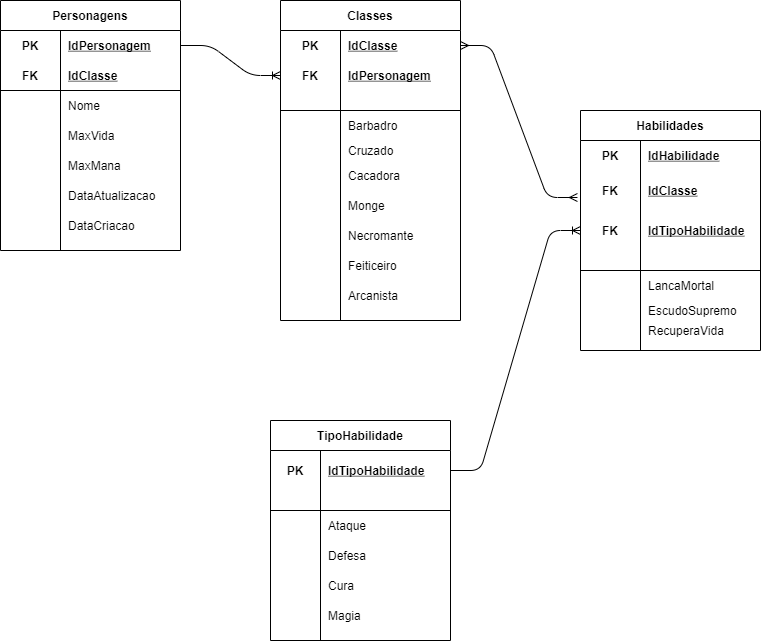
This is Desafio-HROADS/SENAI_HROADS_Logico.png from RenatoAlvesDv/Senai-sprint-1-bd, a draw.io export, as it was before one commit. Source tidied: cells renumbered, new cells last; positions are measured from the earlier drawing's top-left corner, leaving out a move shared by most shapes.
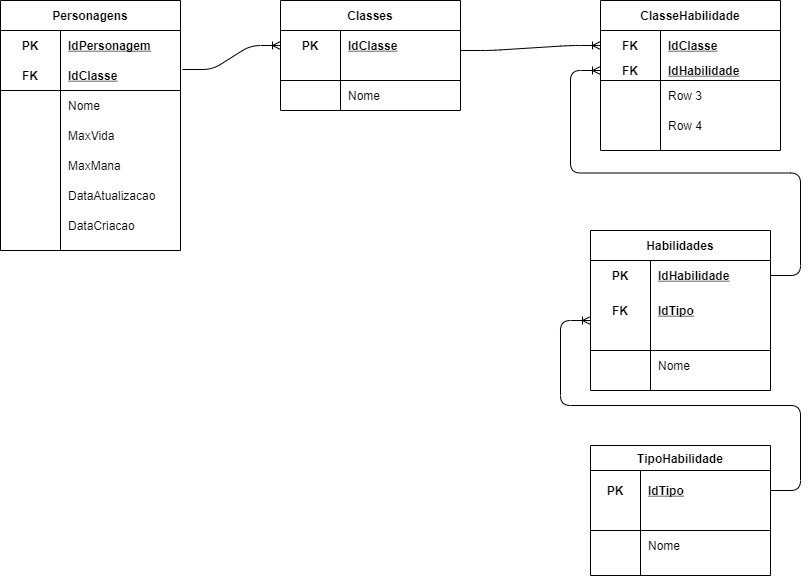
The same file after the commit.

The edit, as a diff of the source:
```diff
@@ -69,7 +69,7 @@
       <mxGeometry x="60" width="120" height="30" as="geometry" />
     </mxCell>
     <mxCell id="24" value="Classes" style="shape=table;startSize=30;rowLines=0;fontStyle=1;align=center;" parent="1" vertex="1">
-      <mxGeometry x="280" width="180" height="320" as="geometry" />
+      <mxGeometry x="280" width="180" height="110" as="geometry" />
     </mxCell>
     <mxCell id="25" style="shape=partialRectangle;fillColor=none;top=0;left=0;bottom=0;right=0;points=[[0,0.5],[1,0.5]];portConstraint=eastwest;" parent="24" vertex="1">
       <mxGeometry y="30" width="180" height="30" as="geometry" />
@@ -80,17 +80,8 @@
     <mxCell id="27" value="IdClasse" style="shape=partialRectangle;fillColor=none;top=0;left=0;bottom=0;right=0;align=left;spacingLeft=6;fontStyle=5;overflow=hidden;" parent="25" vertex="1">
       <mxGeometry x="60" width="120" height="30" as="geometry" />
     </mxCell>
-    <mxCell id="28" style="shape=partialRectangle;fillColor=none;top=0;left=0;bottom=0;right=0;" parent="24" vertex="1">
-      <mxGeometry y="60" width="180" height="30" as="geometry" />
-    </mxCell>
-    <mxCell id="29" value="FK" style="shape=partialRectangle;fillColor=none;top=0;left=0;bottom=0;right=0;fontStyle=1;overflow=hidden;" parent="28" vertex="1">
-      <mxGeometry width="60" height="30" as="geometry" />
-    </mxCell>
-    <mxCell id="30" value="IdPersonagem" style="shape=partialRectangle;fillColor=none;top=0;left=0;bottom=0;right=0;align=left;spacingLeft=6;fontStyle=5;overflow=hidden;" parent="28" vertex="1">
-      <mxGeometry x="60" width="120" height="30" as="geometry" />
-    </mxCell>
     <mxCell id="31" style="shape=partialRectangle;fillColor=none;top=0;left=0;bottom=1;right=0;" parent="24" vertex="1">
-      <mxGeometry y="90" width="180" height="20" as="geometry" />
+      <mxGeometry y="60" width="180" height="20" as="geometry" />
     </mxCell>
     <mxCell id="32" style="shape=partialRectangle;fillColor=none;top=0;left=0;bottom=0;right=0;fontStyle=1;overflow=hidden;" parent="31" vertex="1">
       <mxGeometry width="60" height="20" as="geometry" />
@@ -98,76 +89,20 @@
     <mxCell id="33" style="shape=partialRectangle;fillColor=none;top=0;left=0;bottom=0;right=0;align=left;spacingLeft=6;fontStyle=5;overflow=hidden;" parent="31" vertex="1">
       <mxGeometry x="60" width="120" height="20" as="geometry" />
     </mxCell>
-    <mxCell id="34" style="shape=partialRectangle;fillColor=none;top=0;left=0;bottom=0;right=0;" parent="24" vertex="1">
-      <mxGeometry y="110" width="180" height="30" as="geometry" />
-    </mxCell>
-    <mxCell id="35" style="shape=partialRectangle;fillColor=none;top=0;left=0;bottom=0;right=0;overflow=hidden;" parent="34" vertex="1">
-      <mxGeometry width="60" height="30" as="geometry" />
-    </mxCell>
-    <mxCell id="36" value="Barbadro" style="shape=partialRectangle;fillColor=none;top=0;left=0;bottom=0;right=0;align=left;spacingLeft=6;overflow=hidden;" parent="34" vertex="1">
-      <mxGeometry x="60" width="120" height="30" as="geometry" />
-    </mxCell>
-    <mxCell id="37" style="shape=partialRectangle;fillColor=none;top=0;left=0;bottom=0;right=0;" parent="24" vertex="1">
-      <mxGeometry y="140" width="180" height="20" as="geometry" />
-    </mxCell>
-    <mxCell id="38" style="shape=partialRectangle;fillColor=none;top=0;left=0;bottom=0;right=0;overflow=hidden;" parent="37" vertex="1">
-      <mxGeometry width="60" height="20" as="geometry" />
-    </mxCell>
-    <mxCell id="39" value="Cruzado" style="shape=partialRectangle;fillColor=none;top=0;left=0;bottom=0;right=0;align=left;spacingLeft=6;overflow=hidden;" parent="37" vertex="1">
-      <mxGeometry x="60" width="120" height="20" as="geometry" />
-    </mxCell>
-    <mxCell id="40" style="shape=partialRectangle;fillColor=none;top=0;left=0;bottom=0;right=0;" parent="24" vertex="1">
-      <mxGeometry y="160" width="180" height="30" as="geometry" />
-    </mxCell>
-    <mxCell id="41" style="shape=partialRectangle;fillColor=none;top=0;left=0;bottom=0;right=0;overflow=hidden;" parent="40" vertex="1">
-      <mxGeometry width="60" height="30" as="geometry" />
-    </mxCell>
-    <mxCell id="42" value="Cacadora" style="shape=partialRectangle;fillColor=none;top=0;left=0;bottom=0;right=0;align=left;spacingLeft=6;overflow=hidden;" parent="40" vertex="1">
-      <mxGeometry x="60" width="120" height="30" as="geometry" />
-    </mxCell>
-    <mxCell id="43" style="shape=partialRectangle;fillColor=none;top=0;left=0;bottom=0;right=0;" parent="24" vertex="1">
-      <mxGeometry y="190" width="180" height="30" as="geometry" />
-    </mxCell>
-    <mxCell id="44" style="shape=partialRectangle;fillColor=none;top=0;left=0;bottom=0;right=0;overflow=hidden;" parent="43" vertex="1">
-      <mxGeometry width="60" height="30" as="geometry" />
-    </mxCell>
-    <mxCell id="45" value="Monge" style="shape=partialRectangle;fillColor=none;top=0;left=0;bottom=0;right=0;align=left;spacingLeft=6;overflow=hidden;" parent="43" vertex="1">
-      <mxGeometry x="60" width="120" height="30" as="geometry" />
-    </mxCell>
-    <mxCell id="46" style="shape=partialRectangle;fillColor=none;top=0;left=0;bottom=0;right=0;" parent="24" vertex="1">
-      <mxGeometry y="220" width="180" height="30" as="geometry" />
-    </mxCell>
-    <mxCell id="47" style="shape=partialRectangle;fillColor=none;top=0;left=0;bottom=0;right=0;overflow=hidden;" parent="46" vertex="1">
-      <mxGeometry width="60" height="30" as="geometry" />
-    </mxCell>
-    <mxCell id="48" value="Necromante" style="shape=partialRectangle;fillColor=none;top=0;left=0;bottom=0;right=0;align=left;spacingLeft=6;overflow=hidden;" parent="46" vertex="1">
-      <mxGeometry x="60" width="120" height="30" as="geometry" />
-    </mxCell>
-    <mxCell id="49" style="shape=partialRectangle;fillColor=none;top=0;left=0;bottom=0;right=0;" parent="24" vertex="1">
-      <mxGeometry y="250" width="180" height="30" as="geometry" />
-    </mxCell>
-    <mxCell id="50" style="shape=partialRectangle;fillColor=none;top=0;left=0;bottom=0;right=0;overflow=hidden;" parent="49" vertex="1">
-      <mxGeometry width="60" height="30" as="geometry" />
-    </mxCell>
-    <mxCell id="51" value="Feiticeiro" style="shape=partialRectangle;fillColor=none;top=0;left=0;bottom=0;right=0;align=left;spacingLeft=6;overflow=hidden;" parent="49" vertex="1">
-      <mxGeometry x="60" width="120" height="30" as="geometry" />
-    </mxCell>
-    <mxCell id="52" style="shape=partialRectangle;fillColor=none;top=0;left=0;bottom=0;right=0;" parent="24" vertex="1">
-      <mxGeometry y="280" width="180" height="30" as="geometry" />
-    </mxCell>
-    <mxCell id="53" style="shape=partialRectangle;fillColor=none;top=0;left=0;bottom=0;right=0;overflow=hidden;" parent="52" vertex="1">
-      <mxGeometry width="60" height="30" as="geometry" />
-    </mxCell>
-    <mxCell id="54" value="Arcanista" style="shape=partialRectangle;fillColor=none;top=0;left=0;bottom=0;right=0;align=left;spacingLeft=6;overflow=hidden;" parent="52" vertex="1">
-      <mxGeometry x="60" width="120" height="30" as="geometry" />
-    </mxCell>
+    <mxCell id="99" style="shape=partialRectangle;fillColor=none;top=0;left=0;bottom=0;right=0;" parent="24" vertex="1">
+      <mxGeometry y="80" width="180" height="30" as="geometry" />
+    </mxCell>
+    <mxCell id="100" style="shape=partialRectangle;fillColor=none;top=0;left=0;bottom=0;right=0;overflow=hidden;" parent="99" vertex="1">
+      <mxGeometry width="60" height="30" as="geometry" />
+    </mxCell>
+    <mxCell id="101" value="Nome" style="shape=partialRectangle;fillColor=none;top=0;left=0;bottom=0;right=0;align=left;spacingLeft=6;overflow=hidden;" parent="99" vertex="1">
+      <mxGeometry x="60" width="120" height="30" as="geometry" />
+    </mxCell>
-    <mxCell id="55" style="edgeStyle=entityRelationEdgeStyle;fontSize=12;html=1;endArrow=ERoneToMany;exitX=1;exitY=0.5;exitDx=0;exitDy=0;" parent="1" edge="1" source="3">
-      <mxGeometry relative="1" as="geometry">
-        <mxPoint x="280" y="75" as="targetPoint" />
-      </mxGeometry>
+    <mxCell id="55" style="edgeStyle=entityRelationEdgeStyle;fontSize=12;html=1;endArrow=ERoneToMany;exitX=1.011;exitY=0.3;exitDx=0;exitDy=0;exitPerimeter=0;entryX=0;entryY=0.5;entryDx=0;entryDy=0;" parent="1" edge="1" source="6" target="25">
+      <mxGeometry relative="1" as="geometry" />
     </mxCell>
     <mxCell id="56" value="Habilidades" style="shape=table;startSize=30;rowLines=0;fontStyle=1;align=center;" parent="1" vertex="1">
-      <mxGeometry x="580" y="110" width="180" height="240" as="geometry" />
+      <mxGeometry x="590" y="230" width="180" height="160" as="geometry" />
     </mxCell>
     <mxCell id="57" style="shape=partialRectangle;fillColor=none;top=0;left=0;bottom=0;right=0;points=[[0,0.5],[1,0.5]];portConstraint=eastwest;" parent="56" vertex="1">
       <mxGeometry y="30" width="180" height="30" as="geometry" />
@@ -178,26 +113,17 @@
     <mxCell id="59" value="IdHabilidade" style="shape=partialRectangle;fillColor=none;top=0;left=0;bottom=0;right=0;align=left;spacingLeft=6;fontStyle=5;overflow=hidden;" parent="57" vertex="1">
       <mxGeometry x="60" width="120" height="30" as="geometry" />
     </mxCell>
-    <mxCell id="60" style="shape=partialRectangle;fillColor=none;top=0;left=0;bottom=0;right=0;points=[[0,0.5],[1,0.5]];portConstraint=eastwest;" parent="56" vertex="1">
-      <mxGeometry y="60" width="180" height="40" as="geometry" />
-    </mxCell>
-    <mxCell id="61" value="FK" style="shape=partialRectangle;fillColor=none;top=0;left=0;bottom=0;right=0;fontStyle=1;overflow=hidden;" parent="60" vertex="1">
-      <mxGeometry width="60" height="40" as="geometry" />
-    </mxCell>
-    <mxCell id="62" value="IdClasse" style="shape=partialRectangle;fillColor=none;top=0;left=0;bottom=0;right=0;align=left;spacingLeft=6;fontStyle=5;overflow=hidden;" parent="60" vertex="1">
-      <mxGeometry x="60" width="120" height="40" as="geometry" />
-    </mxCell>
     <mxCell id="63" style="shape=partialRectangle;fillColor=none;top=0;left=0;bottom=0;right=0;" parent="56" vertex="1">
-      <mxGeometry y="100" width="180" height="40" as="geometry" />
+      <mxGeometry y="60" width="180" height="40" as="geometry" />
     </mxCell>
     <mxCell id="64" value="FK" style="shape=partialRectangle;fillColor=none;top=0;left=0;bottom=0;right=0;fontStyle=1;overflow=hidden;" parent="63" vertex="1">
       <mxGeometry width="60" height="40" as="geometry" />
     </mxCell>
-    <mxCell id="65" value="IdTipoHabilidade" style="shape=partialRectangle;fillColor=none;top=0;left=0;bottom=0;right=0;align=left;spacingLeft=6;fontStyle=5;overflow=hidden;" parent="63" vertex="1">
+    <mxCell id="65" value="IdTipo" style="shape=partialRectangle;fillColor=none;top=0;left=0;bottom=0;right=0;align=left;spacingLeft=6;fontStyle=5;overflow=hidden;" parent="63" vertex="1">
       <mxGeometry x="60" width="120" height="40" as="geometry" />
     </mxCell>
     <mxCell id="66" style="shape=partialRectangle;fillColor=none;top=0;left=0;bottom=1;right=0;" parent="56" vertex="1">
-      <mxGeometry y="140" width="180" height="20" as="geometry" />
+      <mxGeometry y="100" width="180" height="20" as="geometry" />
     </mxCell>
     <mxCell id="67" style="shape=partialRectangle;fillColor=none;top=0;left=0;bottom=0;right=0;fontStyle=1;overflow=hidden;" parent="66" vertex="1">
       <mxGeometry width="60" height="20" as="geometry" />
@@ -206,49 +132,28 @@
       <mxGeometry x="60" width="120" height="20" as="geometry" />
     </mxCell>
     <mxCell id="69" style="shape=partialRectangle;fillColor=none;top=0;left=0;bottom=0;right=0;" parent="56" vertex="1">
-      <mxGeometry y="160" width="180" height="30" as="geometry" />
+      <mxGeometry y="120" width="180" height="30" as="geometry" />
     </mxCell>
     <mxCell id="70" style="shape=partialRectangle;fillColor=none;top=0;left=0;bottom=0;right=0;overflow=hidden;" parent="69" vertex="1">
       <mxGeometry width="60" height="30" as="geometry" />
     </mxCell>
-    <mxCell id="71" value="LancaMortal" style="shape=partialRectangle;fillColor=none;top=0;left=0;bottom=0;right=0;align=left;spacingLeft=6;overflow=hidden;" parent="69" vertex="1">
+    <mxCell id="71" value="Nome" style="shape=partialRectangle;fillColor=none;top=0;left=0;bottom=0;right=0;align=left;spacingLeft=6;overflow=hidden;" parent="69" vertex="1">
       <mxGeometry x="60" width="120" height="30" as="geometry" />
     </mxCell>
-    <mxCell id="72" style="shape=partialRectangle;fillColor=none;top=0;left=0;bottom=0;right=0;" parent="56" vertex="1">
-      <mxGeometry y="190" width="180" height="20" as="geometry" />
-    </mxCell>
-    <mxCell id="73" style="shape=partialRectangle;fillColor=none;top=0;left=0;bottom=0;right=0;overflow=hidden;" parent="72" vertex="1">
-      <mxGeometry width="60" height="20" as="geometry" />
-    </mxCell>
-    <mxCell id="74" value="EscudoSupremo" style="shape=partialRectangle;fillColor=none;top=0;left=0;bottom=0;right=0;align=left;spacingLeft=6;overflow=hidden;" parent="72" vertex="1">
-      <mxGeometry x="60" width="120" height="20" as="geometry" />
-    </mxCell>
-    <mxCell id="75" style="shape=partialRectangle;fillColor=none;top=0;left=0;bottom=0;right=0;" parent="56" vertex="1">
-      <mxGeometry y="210" width="180" height="20" as="geometry" />
-    </mxCell>
-    <mxCell id="76" style="shape=partialRectangle;fillColor=none;top=0;left=0;bottom=0;right=0;overflow=hidden;" parent="75" vertex="1">
-      <mxGeometry width="60" height="20" as="geometry" />
-    </mxCell>
-    <mxCell id="77" value="RecuperaVida" style="shape=partialRectangle;fillColor=none;top=0;left=0;bottom=0;right=0;align=left;spacingLeft=6;overflow=hidden;" parent="75" vertex="1">
-      <mxGeometry x="60" width="120" height="20" as="geometry" />
-    </mxCell>
-    <mxCell id="78" style="edgeStyle=entityRelationEdgeStyle;fontSize=12;html=1;endArrow=ERmany;startArrow=ERmany;entryX=-0.017;entryY=0.675;entryDx=0;entryDy=0;exitX=1;exitY=0.5;exitDx=0;exitDy=0;entryPerimeter=0;" parent="1" edge="1" source="25" target="60">
-      <mxGeometry relative="1" as="geometry" />
-    </mxCell>
-    <mxCell id="79" value="TipoHabilidade" style="shape=table;startSize=30;rowLines=0;fontStyle=1;align=center;" parent="1" vertex="1">
-      <mxGeometry x="270" y="420" width="180" height="220" as="geometry" />
+    <mxCell id="79" value="TipoHabilidade" style="shape=table;startSize=25;rowLines=0;fontStyle=1;align=center;" parent="1" vertex="1">
+      <mxGeometry x="590" y="445" width="180" height="130" as="geometry" />
     </mxCell>
     <mxCell id="80" style="shape=partialRectangle;fillColor=none;top=0;left=0;bottom=0;right=0;points=[[0,0.5],[1,0.5]];portConstraint=eastwest;" parent="79" vertex="1">
-      <mxGeometry y="30" width="180" height="40" as="geometry" />
+      <mxGeometry y="25" width="180" height="40" as="geometry" />
     </mxCell>
     <mxCell id="81" value="PK" style="shape=partialRectangle;fillColor=none;top=0;left=0;bottom=0;right=0;fontStyle=1;overflow=hidden;" parent="80" vertex="1">
       <mxGeometry width="50" height="40" as="geometry" />
     </mxCell>
-    <mxCell id="82" value="IdTipoHabilidade" style="shape=partialRectangle;fillColor=none;top=0;left=0;bottom=0;right=0;align=left;spacingLeft=6;fontStyle=5;overflow=hidden;" parent="80" vertex="1">
+    <mxCell id="82" value="IdTipo" style="shape=partialRectangle;fillColor=none;top=0;left=0;bottom=0;right=0;align=left;spacingLeft=6;fontStyle=5;overflow=hidden;" parent="80" vertex="1">
       <mxGeometry x="50" width="130" height="40" as="geometry" />
     </mxCell>
     <mxCell id="83" style="shape=partialRectangle;fillColor=none;top=0;left=0;bottom=1;right=0;" parent="79" vertex="1">
-      <mxGeometry y="70" width="180" height="20" as="geometry" />
+      <mxGeometry y="65" width="180" height="20" as="geometry" />
     </mxCell>
     <mxCell id="84" style="shape=partialRectangle;fillColor=none;top=0;left=0;bottom=0;right=0;fontStyle=1;overflow=hidden;" parent="83" vertex="1">
       <mxGeometry width="50" height="20" as="geometry" />
@@ -257,46 +162,67 @@
       <mxGeometry x="50" width="130" height="20" as="geometry" />
     </mxCell>
     <mxCell id="86" style="shape=partialRectangle;fillColor=none;top=0;left=0;bottom=0;right=0;" parent="79" vertex="1">
-      <mxGeometry y="90" width="180" height="30" as="geometry" />
+      <mxGeometry y="85" width="180" height="30" as="geometry" />
     </mxCell>
     <mxCell id="87" style="shape=partialRectangle;fillColor=none;top=0;left=0;bottom=0;right=0;overflow=hidden;" parent="86" vertex="1">
       <mxGeometry width="50" height="30" as="geometry" />
     </mxCell>
-    <mxCell id="88" value="Ataque" style="shape=partialRectangle;fillColor=none;top=0;left=0;bottom=0;right=0;align=left;spacingLeft=6;overflow=hidden;" parent="86" vertex="1">
+    <mxCell id="88" value="Nome" style="shape=partialRectangle;fillColor=none;top=0;left=0;bottom=0;right=0;align=left;spacingLeft=6;overflow=hidden;" parent="86" vertex="1">
       <mxGeometry x="50" width="130" height="30" as="geometry" />
     </mxCell>
-    <mxCell id="89" style="shape=partialRectangle;fillColor=none;top=0;left=0;bottom=0;right=0;" parent="79" vertex="1">
-      <mxGeometry y="120" width="180" height="30" as="geometry" />
-    </mxCell>
-    <mxCell id="90" style="shape=partialRectangle;fillColor=none;top=0;left=0;bottom=0;right=0;overflow=hidden;" parent="89" vertex="1">
-      <mxGeometry width="50" height="30" as="geometry" />
-    </mxCell>
-    <mxCell id="91" value="Defesa" style="shape=partialRectangle;fillColor=none;top=0;left=0;bottom=0;right=0;align=left;spacingLeft=6;overflow=hidden;" parent="89" vertex="1">
-      <mxGeometry x="50" width="130" height="30" as="geometry" />
-    </mxCell>
-    <mxCell id="92" style="shape=partialRectangle;fillColor=none;top=0;left=0;bottom=0;right=0;" parent="79" vertex="1">
-      <mxGeometry y="150" width="180" height="30" as="geometry" />
-    </mxCell>
-    <mxCell id="93" style="shape=partialRectangle;fillColor=none;top=0;left=0;bottom=0;right=0;overflow=hidden;" parent="92" vertex="1">
-      <mxGeometry width="50" height="30" as="geometry" />
-    </mxCell>
-    <mxCell id="94" value="Cura" style="shape=partialRectangle;fillColor=none;top=0;left=0;bottom=0;right=0;align=left;spacingLeft=6;overflow=hidden;" parent="92" vertex="1">
-      <mxGeometry x="50" width="130" height="30" as="geometry" />
-    </mxCell>
-    <mxCell id="95" style="shape=partialRectangle;fillColor=none;top=0;left=0;bottom=0;right=0;" parent="79" vertex="1">
-      <mxGeometry y="180" width="180" height="30" as="geometry" />
-    </mxCell>
-    <mxCell id="96" style="shape=partialRectangle;fillColor=none;top=0;left=0;bottom=0;right=0;overflow=hidden;" parent="95" vertex="1">
-      <mxGeometry width="50" height="30" as="geometry" />
-    </mxCell>
-    <mxCell id="97" value="Magia" style="shape=partialRectangle;fillColor=none;top=0;left=0;bottom=0;right=0;align=left;spacingLeft=6;overflow=hidden;" parent="95" vertex="1">
-      <mxGeometry x="50" width="130" height="30" as="geometry" />
-    </mxCell>
-    <mxCell id="98" style="edgeStyle=entityRelationEdgeStyle;fontSize=12;html=1;endArrow=ERoneToMany;" parent="1" edge="1">
-      <mxGeometry relative="1" as="geometry">
-        <mxPoint x="450" y="470" as="sourcePoint" />
-        <mxPoint x="580" y="230" as="targetPoint" />
-      </mxGeometry>
-    </mxCell>
+    <mxCell id="102" value="ClasseHabilidade" style="shape=table;startSize=30;rowLines=0;fontStyle=1;align=center;" parent="1" vertex="1">
+      <mxGeometry x="600" width="180" height="150" as="geometry" />
+    </mxCell>
+    <mxCell id="103" style="shape=partialRectangle;fillColor=none;top=0;left=0;bottom=0;right=0;points=[[0,0.5],[1,0.5]];portConstraint=eastwest;" parent="102" vertex="1">
+      <mxGeometry y="30" width="180" height="30" as="geometry" />
+    </mxCell>
+    <mxCell id="29" value="FK" style="shape=partialRectangle;fillColor=none;top=0;left=0;bottom=0;right=0;fontStyle=1;overflow=hidden;" parent="103" vertex="1">
+      <mxGeometry width="60" height="30" as="geometry" />
+    </mxCell>
+    <mxCell id="62" value="IdClasse" style="shape=partialRectangle;fillColor=none;top=0;left=0;bottom=0;right=0;align=left;spacingLeft=6;fontStyle=5;overflow=hidden;" parent="103" vertex="1">
+      <mxGeometry x="60" width="120" height="30" as="geometry" />
+    </mxCell>
+    <mxCell id="104" style="shape=partialRectangle;fillColor=none;top=0;left=0;bottom=1;right=0;" parent="102" vertex="1">
+      <mxGeometry y="60" width="180" height="20" as="geometry" />
+    </mxCell>
+    <mxCell id="61" value="FK" style="shape=partialRectangle;fillColor=none;top=0;left=0;bottom=0;right=0;fontStyle=1;overflow=hidden;" parent="104" vertex="1">
+      <mxGeometry width="60" height="20" as="geometry" />
+    </mxCell>
+    <mxCell id="105" value="IdHabilidade" style="shape=partialRectangle;fillColor=none;top=0;left=0;bottom=0;right=0;align=left;spacingLeft=6;fontStyle=5;overflow=hidden;" parent="104" vertex="1">
+      <mxGeometry x="60" width="120" height="20" as="geometry" />
+    </mxCell>
+    <mxCell id="106" style="shape=partialRectangle;fillColor=none;top=0;left=0;bottom=0;right=0;" parent="102" vertex="1">
+      <mxGeometry y="80" width="180" height="30" as="geometry" />
+    </mxCell>
+    <mxCell id="107" style="shape=partialRectangle;fillColor=none;top=0;left=0;bottom=0;right=0;overflow=hidden;" parent="106" vertex="1">
+      <mxGeometry width="60" height="30" as="geometry" />
+    </mxCell>
+    <mxCell id="108" value="Row 3" style="shape=partialRectangle;fillColor=none;top=0;left=0;bottom=0;right=0;align=left;spacingLeft=6;overflow=hidden;" parent="106" vertex="1">
+      <mxGeometry x="60" width="120" height="30" as="geometry" />
+    </mxCell>
+    <mxCell id="34" style="shape=partialRectangle;fillColor=none;top=0;left=0;bottom=0;right=0;" parent="102" vertex="1">
+      <mxGeometry y="110" width="180" height="30" as="geometry" />
+    </mxCell>
+    <mxCell id="109" style="shape=partialRectangle;fillColor=none;top=0;left=0;bottom=0;right=0;overflow=hidden;" parent="34" vertex="1">
+      <mxGeometry width="60" height="30" as="geometry" />
+    </mxCell>
+    <mxCell id="110" value="Row 4" style="shape=partialRectangle;fillColor=none;top=0;left=0;bottom=0;right=0;align=left;spacingLeft=6;overflow=hidden;" parent="34" vertex="1">
+      <mxGeometry x="60" width="120" height="30" as="geometry" />
+    </mxCell>
+    <mxCell id="111" style="edgeStyle=entityRelationEdgeStyle;fontSize=12;html=1;endArrow=ERoneToMany;entryX=0;entryY=0.5;entryDx=0;entryDy=0;" parent="1" edge="1" target="103">
+      <mxGeometry relative="1" as="geometry">
+        <mxPoint x="460" y="50" as="sourcePoint" />
+      </mxGeometry>
+    </mxCell>
+    <mxCell id="112" style="edgeStyle=entityRelationEdgeStyle;fontSize=12;html=1;endArrow=ERoneToMany;exitX=1;exitY=0.5;exitDx=0;exitDy=0;" parent="1" edge="1" source="57">
+      <mxGeometry relative="1" as="geometry">
+        <mxPoint x="600" y="70" as="targetPoint" />
+      </mxGeometry>
+    </mxCell>
+    <mxCell id="113" style="edgeStyle=entityRelationEdgeStyle;fontSize=12;html=1;endArrow=ERoneToMany;" parent="1" edge="1" source="80">
+      <mxGeometry relative="1" as="geometry">
+        <mxPoint x="590" y="320" as="targetPoint" />
+      </mxGeometry>
+    </mxCell>
   </root>
 </mxGraphModel>
```
